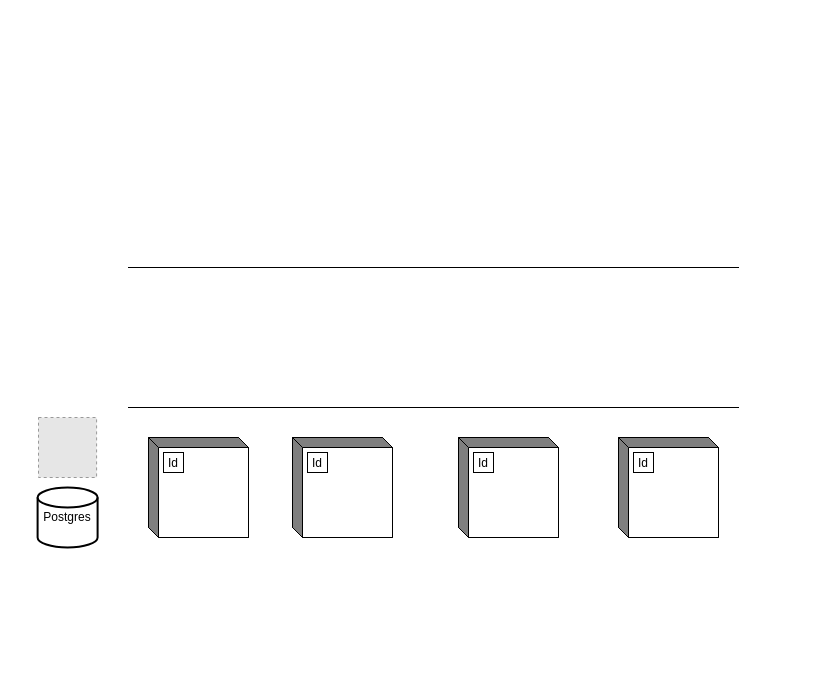
Earlier version of the draw.io diagram system.drawio (pyonSec/city). Source tidied: cells renumbered, new cells numbered last; positions are measured from the earlier drawing's top-left corner, leaving out a move shared by most shapes. Both pictures are drawn from the tidied source at 100%, with x=0, y=0 at pixel (37, 267). Pictures stored in the file or linked from it are replaced by grey dashed boxes.
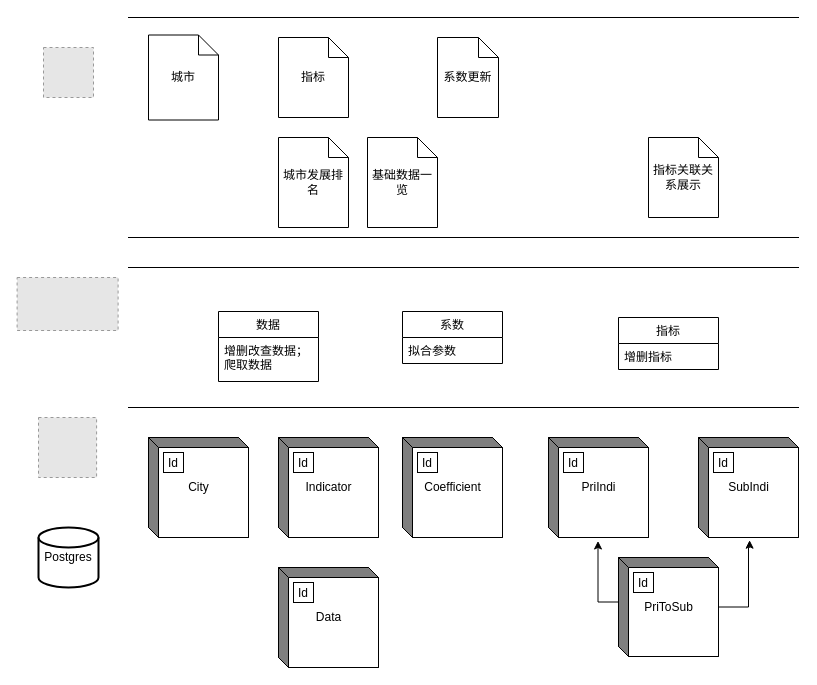
After the change.

Diff of the diagram source:
```diff
@@
     <mxCell id="2" value="Postgres" style="strokeWidth=2;html=1;shape=mxgraph.flowchart.database;whiteSpace=wrap;" parent="1" vertex="1">
-      <mxGeometry x="0.1" y="220" width="60" height="60" as="geometry" />
+      <mxGeometry x="1" y="260" width="60" height="60" as="geometry" />
     </mxCell>
-    <mxCell id="3" style="html=1;dashed=0;whitespace=wrap;shape=mxgraph.dfd.externalEntity;" parent="1" vertex="1">
+    <mxCell id="3" value="City" style="html=1;dashed=0;whitespace=wrap;shape=mxgraph.dfd.externalEntity;" parent="1" vertex="1">
       <mxGeometry x="111" y="170" width="100" height="100" as="geometry" />
     </mxCell>
@@
-    <mxCell id="5" style="html=1;dashed=0;whitespace=wrap;shape=mxgraph.dfd.externalEntity;" parent="1" vertex="1">
-      <mxGeometry x="255" y="170" width="100" height="100" as="geometry" />
+    <mxCell id="5" value="Indicator" style="html=1;dashed=0;whitespace=wrap;shape=mxgraph.dfd.externalEntity;" parent="1" vertex="1">
+      <mxGeometry x="241" y="170" width="100" height="100" as="geometry" />
     </mxCell>
@@
-    <mxCell id="7" style="html=1;dashed=0;whitespace=wrap;shape=mxgraph.dfd.externalEntity;" parent="1" vertex="1">
-      <mxGeometry x="421" y="170" width="100" height="100" as="geometry" />
+    <mxCell id="7" value="Coefficient" style="html=1;dashed=0;whitespace=wrap;shape=mxgraph.dfd.externalEntity;" parent="1" vertex="1">
+      <mxGeometry x="365" y="170" width="100" height="100" as="geometry" />
     </mxCell>
@@
-    <mxCell id="9" style="html=1;dashed=0;whitespace=wrap;shape=mxgraph.dfd.externalEntity;" parent="1" vertex="1">
-      <mxGeometry x="581" y="170" width="100" height="100" as="geometry" />
+    <mxCell id="9" value="PriIndi" style="html=1;dashed=0;whitespace=wrap;shape=mxgraph.dfd.externalEntity;" parent="1" vertex="1">
+      <mxGeometry x="511" y="170" width="100" height="100" as="geometry" />
     </mxCell>
@@
     <mxCell id="11" style="html=1;dashed=0;whitespace=wrap;shape=partialRectangle;right=0;left=0;" parent="1" vertex="1">
-      <mxGeometry x="91" width="610" height="140" as="geometry" />
+      <mxGeometry x="91" width="670" height="140" as="geometry" />
     </mxCell>
@@
+    <mxCell id="13" style="fillColor=#E6E6E6;strokeColor=#999999;dashed=1;verticalLabelPosition=bottom;labelBackgroundColor=#ffffff;verticalAlign=top;" parent="1" vertex="1">
+      <mxGeometry x="-20.4" y="10" width="101" height="53" as="geometry" />
+    </mxCell>
+    <mxCell id="14" value="SubIndi" style="html=1;dashed=0;whitespace=wrap;shape=mxgraph.dfd.externalEntity;" parent="1" vertex="1">
+      <mxGeometry x="661" y="170" width="100" height="100" as="geometry" />
+    </mxCell>
+    <mxCell id="15" value="Id" style="strokeColor=inherit;fillColor=inherit;gradientColor=inherit;" parent="14" vertex="1">
+      <mxGeometry width="20" height="20" relative="1" as="geometry">
+        <mxPoint x="15" y="15" as="offset" />
+      </mxGeometry>
+    </mxCell>
+    <mxCell id="16" style="edgeStyle=orthogonalEdgeStyle;rounded=0;jettySize=auto;html=1;exitX=0;exitY=0;exitDx=0;exitDy=44.5;exitPerimeter=0;entryX=0.495;entryY=1.035;entryDx=0;entryDy=0;entryPerimeter=0;" parent="1" edge="1" source="18" target="9">
+      <mxGeometry relative="1" as="geometry" />
+    </mxCell>
+    <mxCell id="17" style="edgeStyle=orthogonalEdgeStyle;rounded=0;jettySize=auto;html=1;entryX=0.511;entryY=1.027;entryDx=0;entryDy=0;entryPerimeter=0;" parent="1" edge="1" source="18" target="14">
+      <mxGeometry relative="1" as="geometry">
+        <Array as="points">
+          <mxPoint x="711" y="339" />
+          <mxPoint x="711" y="280" />
+          <mxPoint x="712" y="280" />
+        </Array>
+      </mxGeometry>
+    </mxCell>
+    <mxCell id="18" value="PriToSub" style="html=1;dashed=0;whitespace=wrap;shape=mxgraph.dfd.externalEntity;" parent="1" vertex="1">
+      <mxGeometry x="581" y="290" width="100" height="99" as="geometry" />
+    </mxCell>
+    <mxCell id="19" value="Id" style="strokeColor=inherit;fillColor=inherit;gradientColor=inherit;" parent="18" vertex="1">
+      <mxGeometry width="20" height="20" relative="1" as="geometry">
+        <mxPoint x="15" y="15" as="offset" />
+      </mxGeometry>
+    </mxCell>
+    <mxCell id="20" value="Data" style="html=1;dashed=0;whitespace=wrap;shape=mxgraph.dfd.externalEntity;" parent="1" vertex="1">
+      <mxGeometry x="241" y="300" width="100" height="100" as="geometry" />
+    </mxCell>
+    <mxCell id="21" value="Id" style="strokeColor=inherit;fillColor=inherit;gradientColor=inherit;" parent="20" vertex="1">
+      <mxGeometry width="20" height="20" relative="1" as="geometry">
+        <mxPoint x="15" y="15" as="offset" />
+      </mxGeometry>
+    </mxCell>
+    <mxCell id="22" style="html=1;dashed=0;whitespace=wrap;shape=partialRectangle;right=0;left=0;" parent="1" vertex="1">
+      <mxGeometry x="91" y="-250" width="670" height="220" as="geometry" />
+    </mxCell>
+    <mxCell id="23" value="系数" style="swimlane;fontStyle=0;horizontal=1;startSize=26;fillColor=none;" parent="1" vertex="1">
+      <mxGeometry x="365" y="44" width="100" height="52" as="geometry" />
+    </mxCell>
+    <mxCell id="24" value="拟合参数" style="text;strokeColor=none;fillColor=none;align=left;verticalAlign=top;spacingLeft=4;spacingRight=4;overflow=hidden;" parent="23" vertex="1">
+      <mxGeometry y="26" width="100" height="26" as="geometry" />
+    </mxCell>
+    <mxCell id="25" value="数据" style="swimlane;fontStyle=0;horizontal=1;startSize=26;fillColor=none;" parent="1" vertex="1">
+      <mxGeometry x="181" y="44" width="100" height="70" as="geometry" />
+    </mxCell>
+    <mxCell id="26" value="增删改查数据；&#10;爬取数据" style="text;strokeColor=none;fillColor=none;align=left;verticalAlign=top;spacingLeft=4;spacingRight=4;overflow=hidden;" parent="25" vertex="1">
+      <mxGeometry y="26" width="100" height="44" as="geometry" />
+    </mxCell>
+    <mxCell id="27" style="fillColor=#E6E6E6;strokeColor=#999999;dashed=1;verticalLabelPosition=bottom;labelBackgroundColor=#ffffff;verticalAlign=top;" parent="1" vertex="1">
+      <mxGeometry x="6" y="-220" width="50" height="50" as="geometry" />
+    </mxCell>
+    <mxCell id="28" value="城市" style="shape=note;size=20;whiteSpace=wrap;html=1;" parent="1" vertex="1">
+      <mxGeometry x="111" y="-232.5" width="70" height="85" as="geometry" />
+    </mxCell>
+    <mxCell id="29" value="指标" style="shape=note;size=20;whiteSpace=wrap;html=1;" parent="1" vertex="1">
+      <mxGeometry x="241" y="-230" width="70" height="80" as="geometry" />
+    </mxCell>
+    <mxCell id="30" value="指标关联关系展示" style="shape=note;size=20;whiteSpace=wrap;html=1;" parent="1" vertex="1">
+      <mxGeometry x="611" y="-130" width="70" height="80" as="geometry" />
+    </mxCell>
+    <mxCell id="31" value="系数更新" style="shape=note;size=20;whiteSpace=wrap;html=1;" parent="1" vertex="1">
+      <mxGeometry x="400" y="-230" width="61" height="80" as="geometry" />
+    </mxCell>
+    <mxCell id="32" value="城市发展排名" style="shape=note;size=20;whiteSpace=wrap;html=1;" parent="1" vertex="1">
+      <mxGeometry x="241" y="-130" width="70" height="90" as="geometry" />
+    </mxCell>
+    <mxCell id="33" value="基础数据一览" style="shape=note;size=20;whiteSpace=wrap;html=1;" parent="1" vertex="1">
+      <mxGeometry x="330" y="-130" width="70" height="90" as="geometry" />
+    </mxCell>
+    <mxCell id="34" value="指标" style="swimlane;fontStyle=0;horizontal=1;startSize=26;fillColor=none;" parent="1" vertex="1">
+      <mxGeometry x="581" y="50" width="100" height="52" as="geometry" />
+    </mxCell>
+    <mxCell id="35" value="增删指标" style="text;strokeColor=none;fillColor=none;align=left;verticalAlign=top;spacingLeft=4;spacingRight=4;overflow=hidden;" parent="34" vertex="1">
+      <mxGeometry y="26" width="100" height="26" as="geometry" />
+    </mxCell>
```
